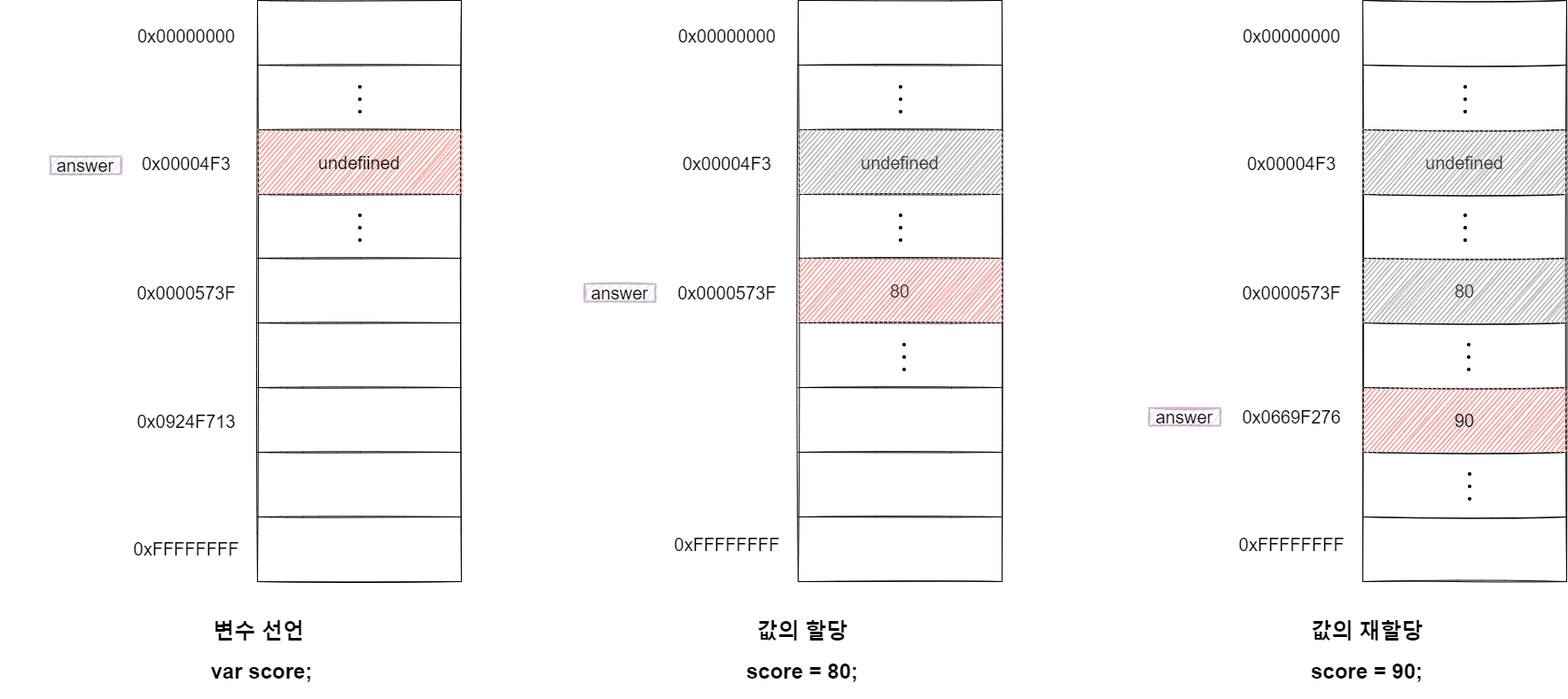
canmarkme/Today-ILearned keeps this draw.io diagram as JavaScript/images/reassignment.png. Above is the earlier version. Source tidied: cells renumbered, new cells last; positions are measured from the earlier drawing's top-left corner, leaving out a move shared by most shapes.
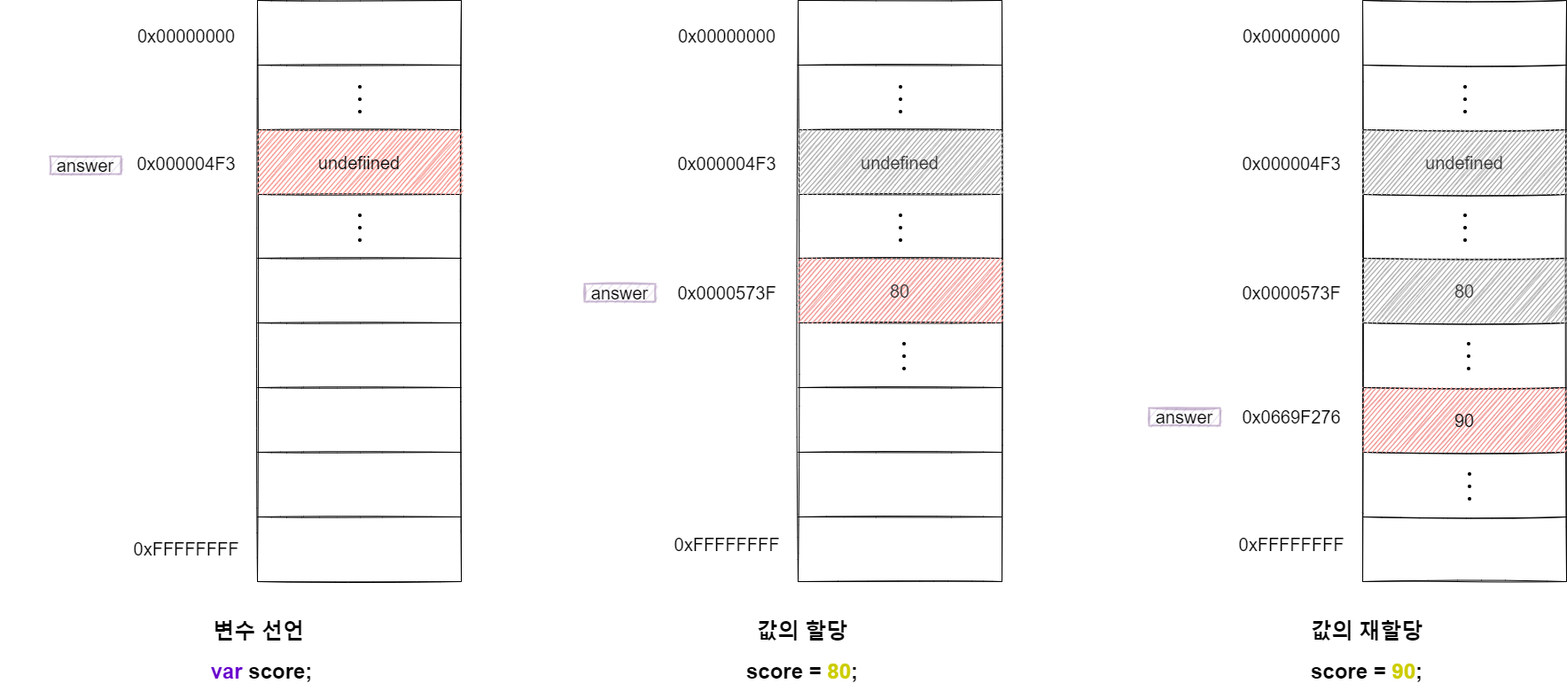
Later version of the same file.

The edit, as a diff of the source:
```diff
@@ -65,19 +65,13 @@
     <mxCell id="22" value="&lt;font style=&quot;font-size: 20px&quot;&gt;0x00000000&lt;/font&gt;" style="text;html=1;strokeColor=none;fillColor=none;align=center;verticalAlign=middle;whiteSpace=wrap;rounded=0;sketch=0;" parent="2" vertex="1">
       <mxGeometry x="130" y="30" width="160" height="20" as="geometry" />
     </mxCell>
-    <mxCell id="23" value="&lt;font style=&quot;font-size: 20px&quot;&gt;0x00004F3&lt;/font&gt;" style="text;html=1;strokeColor=none;fillColor=none;align=center;verticalAlign=middle;whiteSpace=wrap;rounded=0;sketch=0;" parent="2" vertex="1">
+    <mxCell id="23" value="&lt;font style=&quot;font-size: 20px&quot;&gt;0x000004F3&lt;/font&gt;" style="text;html=1;strokeColor=none;fillColor=none;align=center;verticalAlign=middle;whiteSpace=wrap;rounded=0;sketch=0;" parent="2" vertex="1">
       <mxGeometry x="130" y="174" width="160" height="20" as="geometry" />
     </mxCell>
-    <mxCell id="24" value="&lt;font style=&quot;font-size: 20px&quot;&gt;0x0000573F&lt;/font&gt;" style="text;html=1;strokeColor=none;fillColor=none;align=center;verticalAlign=middle;whiteSpace=wrap;rounded=0;sketch=0;" parent="2" vertex="1">
-      <mxGeometry x="130" y="320" width="160" height="20" as="geometry" />
-    </mxCell>
-    <mxCell id="25" value="&lt;font style=&quot;font-size: 20px&quot;&gt;0x0924F713&lt;/font&gt;" style="text;html=1;strokeColor=none;fillColor=none;align=center;verticalAlign=middle;whiteSpace=wrap;rounded=0;sketch=0;" parent="2" vertex="1">
-      <mxGeometry x="130" y="465" width="160" height="20" as="geometry" />
-    </mxCell>
     <mxCell id="26" value="&lt;font style=&quot;font-size: 20px&quot;&gt;0xFFFFFFFF&lt;/font&gt;" style="text;html=1;strokeColor=none;fillColor=none;align=center;verticalAlign=middle;whiteSpace=wrap;rounded=0;sketch=0;" parent="2" vertex="1">
       <mxGeometry x="130" y="609" width="160" height="20" as="geometry" />
     </mxCell>
-    <mxCell id="27" value="&lt;h1&gt;변수 선언&amp;nbsp;&lt;/h1&gt;&lt;h1&gt;var score;&lt;/h1&gt;" style="text;html=1;strokeColor=none;fillColor=none;align=center;verticalAlign=middle;whiteSpace=wrap;rounded=0;sketch=0;" parent="2" vertex="1">
+    <mxCell id="27" value="&lt;h1&gt;변수 선언&amp;nbsp;&lt;/h1&gt;&lt;h1&gt;&lt;font color=&quot;#6600cc&quot;&gt;var&lt;/font&gt; score;&lt;/h1&gt;" style="text;html=1;strokeColor=none;fillColor=none;align=center;verticalAlign=middle;whiteSpace=wrap;rounded=0;sketch=0;" parent="2" vertex="1">
       <mxGeometry x="210" y="690" width="170" height="90" as="geometry" />
     </mxCell>
     <mxCell id="28" value="&lt;span style=&quot;font-size: 20px&quot;&gt;answer&lt;/span&gt;" style="text;html=1;strokeColor=#9673a6;fillColor=#e1d5e7;align=center;verticalAlign=middle;whiteSpace=wrap;rounded=0;sketch=1;opacity=50;strokeWidth=2;" parent="2" vertex="1">
@@ -149,13 +143,13 @@
     <mxCell id="50" value="&lt;font style=&quot;font-size: 20px&quot;&gt;0x00000000&lt;/font&gt;" style="text;html=1;strokeColor=none;fillColor=none;align=center;verticalAlign=middle;whiteSpace=wrap;rounded=0;sketch=0;" parent="30" vertex="1">
       <mxGeometry x="130" y="30" width="160" height="20" as="geometry" />
     </mxCell>
-    <mxCell id="51" value="&lt;font style=&quot;font-size: 20px&quot;&gt;0x00004F3&lt;/font&gt;" style="text;html=1;strokeColor=none;fillColor=none;align=center;verticalAlign=middle;whiteSpace=wrap;rounded=0;sketch=0;" parent="30" vertex="1">
+    <mxCell id="51" value="&lt;font style=&quot;font-size: 20px&quot;&gt;0x000004F3&lt;/font&gt;" style="text;html=1;strokeColor=none;fillColor=none;align=center;verticalAlign=middle;whiteSpace=wrap;rounded=0;sketch=0;" parent="30" vertex="1">
       <mxGeometry x="130" y="174" width="160" height="20" as="geometry" />
     </mxCell>
     <mxCell id="52" value="&lt;font style=&quot;font-size: 20px&quot;&gt;0x0000573F&lt;/font&gt;" style="text;html=1;strokeColor=none;fillColor=none;align=center;verticalAlign=middle;whiteSpace=wrap;rounded=0;sketch=0;" parent="30" vertex="1">
       <mxGeometry x="130" y="320" width="160" height="20" as="geometry" />
     </mxCell>
-    <mxCell id="53" value="&lt;h1&gt;값의 할당&lt;/h1&gt;&lt;h1&gt;score = 80;&lt;/h1&gt;" style="text;html=1;strokeColor=none;fillColor=none;align=center;verticalAlign=middle;whiteSpace=wrap;rounded=0;sketch=0;" parent="30" vertex="1">
+    <mxCell id="53" value="&lt;h1&gt;값의 할당&lt;/h1&gt;&lt;h1&gt;score = &lt;font color=&quot;#cccc00&quot;&gt;80&lt;/font&gt;;&lt;/h1&gt;" style="text;html=1;strokeColor=none;fillColor=none;align=center;verticalAlign=middle;whiteSpace=wrap;rounded=0;sketch=0;" parent="30" vertex="1">
       <mxGeometry x="210" y="690" width="170" height="90" as="geometry" />
     </mxCell>
     <mxCell id="54" value="&lt;span style=&quot;font-size: 20px&quot;&gt;answer&lt;/span&gt;" style="text;html=1;strokeColor=#9673a6;fillColor=#e1d5e7;align=center;verticalAlign=middle;whiteSpace=wrap;rounded=0;sketch=1;opacity=50;strokeWidth=2;" parent="30" vertex="1">
@@ -230,13 +224,13 @@
     <mxCell id="77" value="&lt;font style=&quot;font-size: 20px&quot;&gt;0x00000000&lt;/font&gt;" style="text;html=1;strokeColor=none;fillColor=none;align=center;verticalAlign=middle;whiteSpace=wrap;rounded=0;sketch=0;" parent="57" vertex="1">
       <mxGeometry x="130" y="30" width="160" height="20" as="geometry" />
     </mxCell>
-    <mxCell id="78" value="&lt;font style=&quot;font-size: 20px&quot;&gt;0x00004F3&lt;/font&gt;" style="text;html=1;strokeColor=none;fillColor=none;align=center;verticalAlign=middle;whiteSpace=wrap;rounded=0;sketch=0;" parent="57" vertex="1">
+    <mxCell id="78" value="&lt;font style=&quot;font-size: 20px&quot;&gt;0x000004F3&lt;/font&gt;" style="text;html=1;strokeColor=none;fillColor=none;align=center;verticalAlign=middle;whiteSpace=wrap;rounded=0;sketch=0;" parent="57" vertex="1">
       <mxGeometry x="130" y="174" width="160" height="20" as="geometry" />
     </mxCell>
     <mxCell id="79" value="&lt;font style=&quot;font-size: 20px&quot;&gt;0x0000573F&lt;/font&gt;" style="text;html=1;strokeColor=none;fillColor=none;align=center;verticalAlign=middle;whiteSpace=wrap;rounded=0;sketch=0;" parent="57" vertex="1">
       <mxGeometry x="130" y="320" width="160" height="20" as="geometry" />
     </mxCell>
-    <mxCell id="80" value="&lt;h1&gt;값의 재할당&lt;/h1&gt;&lt;h1&gt;score = 90;&lt;/h1&gt;" style="text;html=1;strokeColor=none;fillColor=none;align=center;verticalAlign=middle;whiteSpace=wrap;rounded=0;sketch=0;" parent="57" vertex="1">
+    <mxCell id="80" value="&lt;h1&gt;값의 재할당&lt;/h1&gt;&lt;h1&gt;score = &lt;font color=&quot;#cccc00&quot;&gt;90&lt;/font&gt;;&lt;/h1&gt;" style="text;html=1;strokeColor=none;fillColor=none;align=center;verticalAlign=middle;whiteSpace=wrap;rounded=0;sketch=0;" parent="57" vertex="1">
       <mxGeometry x="210" y="690" width="170" height="90" as="geometry" />
     </mxCell>
     <mxCell id="81" value="&lt;font style=&quot;font-size: 20px&quot;&gt;0x0669F276&lt;/font&gt;" style="text;html=1;strokeColor=none;fillColor=none;align=center;verticalAlign=middle;whiteSpace=wrap;rounded=0;sketch=0;" parent="57" vertex="1">
```
